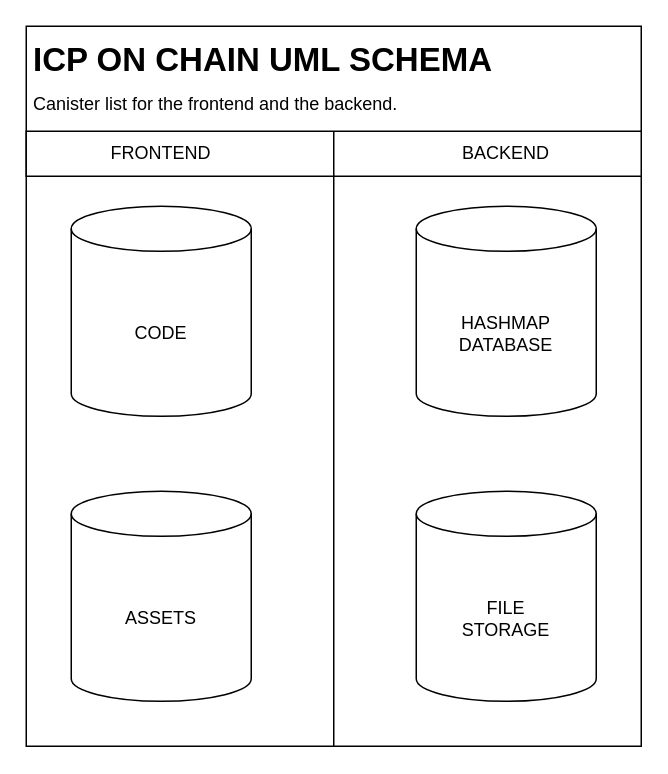
The draw.io diagram Untitled Diagram.drawio in Kybox/Draw.io, before the edit. Source tidied: cells renumbered, new cells numbered last; positions are measured from the earlier drawing's top-left corner, leaving out a move shared by most shapes. Both pictures are drawn from the tidied source at 150%, with x=0, y=0 at pixel (26, 26).
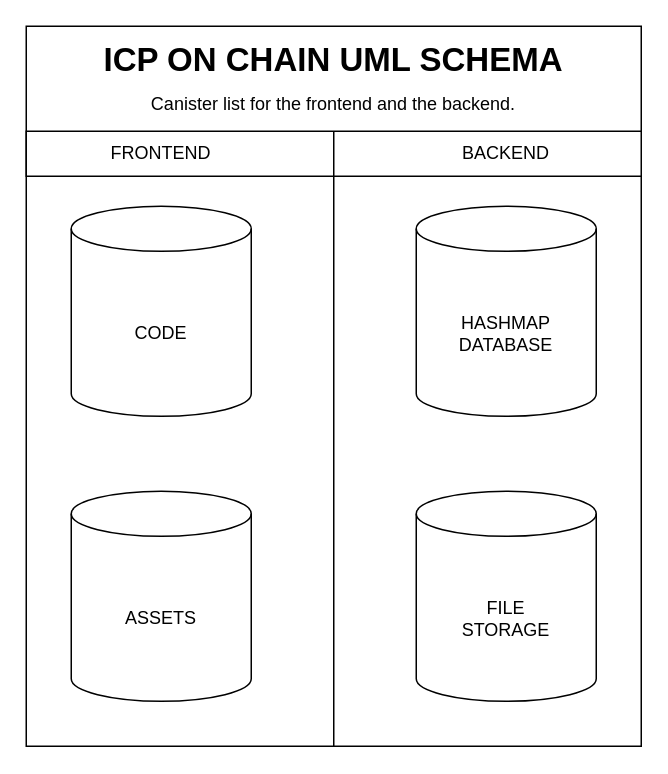
The same diagram, later.

Change to the diagram source:
```diff
@@
 <mxGraphModel>
   <root>
     <mxCell id="0" />
     <mxCell id="1" parent="0" />
     <mxCell id="2" style="rounded=0;whiteSpace=wrap;html=1;" parent="1" vertex="1">
       <mxGeometry width="410" height="480" as="geometry" />
     </mxCell>
     <mxCell id="3" style="shape=cylinder3;whiteSpace=wrap;html=1;boundedLbl=1;backgroundOutline=1;size=15;" parent="1" vertex="1">
       <mxGeometry x="30" y="120" width="120" height="140" as="geometry" />
     </mxCell>
     <mxCell id="4" value="CODE" style="text;html=1;strokeColor=none;fillColor=none;align=center;verticalAlign=middle;whiteSpace=wrap;rounded=0;" parent="1" vertex="1">
       <mxGeometry x="60" y="190" width="60" height="30" as="geometry" />
     </mxCell>
     <mxCell id="5" style="shape=cylinder3;whiteSpace=wrap;html=1;boundedLbl=1;backgroundOutline=1;size=15;" parent="1" vertex="1">
       <mxGeometry x="260" y="120" width="120" height="140" as="geometry" />
     </mxCell>
     <mxCell id="6" value="HASHMAP&lt;br&gt;DATABASE" style="text;html=1;strokeColor=none;fillColor=none;align=center;verticalAlign=middle;whiteSpace=wrap;rounded=0;" parent="1" vertex="1">
       <mxGeometry x="290" y="190" width="60" height="30" as="geometry" />
     </mxCell>
     <mxCell id="7" style="shape=cylinder3;whiteSpace=wrap;html=1;boundedLbl=1;backgroundOutline=1;size=15;" parent="1" vertex="1">
       <mxGeometry x="260" y="310" width="120" height="140" as="geometry" />
     </mxCell>
     <mxCell id="8" value="FILE&lt;br&gt;STORAGE" style="text;html=1;strokeColor=none;fillColor=none;align=center;verticalAlign=middle;whiteSpace=wrap;rounded=0;" parent="1" vertex="1">
       <mxGeometry x="290" y="380" width="60" height="30" as="geometry" />
     </mxCell>
     <mxCell id="9" style="shape=cylinder3;whiteSpace=wrap;html=1;boundedLbl=1;backgroundOutline=1;size=15;" parent="1" vertex="1">
       <mxGeometry x="30" y="310" width="120" height="140" as="geometry" />
     </mxCell>
     <mxCell id="10" value="ASSETS" style="text;html=1;strokeColor=none;fillColor=none;align=center;verticalAlign=middle;whiteSpace=wrap;rounded=0;" parent="1" vertex="1">
       <mxGeometry x="60" y="380" width="60" height="30" as="geometry" />
     </mxCell>
     <mxCell id="11" style="rounded=0;whiteSpace=wrap;html=1;" parent="1" vertex="1">
       <mxGeometry y="70" width="410" height="30" as="geometry" />
     </mxCell>
     <mxCell id="12" style="endArrow=none;html=1;rounded=0;entryX=0.5;entryY=1;entryDx=0;entryDy=0;exitX=0.5;exitY=0;exitDx=0;exitDy=0;" parent="1" edge="1" source="11" target="2">
       <mxGeometry relative="1" as="geometry" />
     </mxCell>
     <mxCell id="13" value="FRONTEND" style="text;html=1;strokeColor=none;fillColor=none;align=center;verticalAlign=middle;whiteSpace=wrap;rounded=0;" parent="1" vertex="1">
       <mxGeometry x="60" y="70" width="60" height="30" as="geometry" />
     </mxCell>
     <mxCell id="14" value="BACKEND" style="text;html=1;strokeColor=none;fillColor=none;align=center;verticalAlign=middle;whiteSpace=wrap;rounded=0;" parent="1" vertex="1">
       <mxGeometry x="290" y="70" width="60" height="30" as="geometry" />
     </mxCell>
-    <mxCell id="15" value="&lt;h1 style=&quot;font-size: 22px; line-height: 0.7;&quot;&gt;ICP ON CHAIN UML SCHEMA&lt;/h1&gt;&lt;p&gt;Canister list for the frontend and the backend.&lt;/p&gt;" style="text;html=1;strokeColor=none;fillColor=none;spacing=5;spacingTop=-20;whiteSpace=wrap;overflow=hidden;rounded=0;" parent="1" vertex="1">
+    <mxCell id="15" value="&lt;h1 style=&quot;font-size: 22px; line-height: 0.7;&quot;&gt;ICP ON CHAIN UML SCHEMA&lt;/h1&gt;&lt;p&gt;Canister list for the frontend and the backend.&lt;/p&gt;" style="text;html=1;strokeColor=none;fillColor=none;spacing=5;spacingTop=-20;whiteSpace=wrap;overflow=hidden;rounded=0;align=center;" parent="1" vertex="1">
       <mxGeometry y="10" width="410" height="60" as="geometry" />
     </mxCell>
   </root>
 </mxGraphModel>
```
